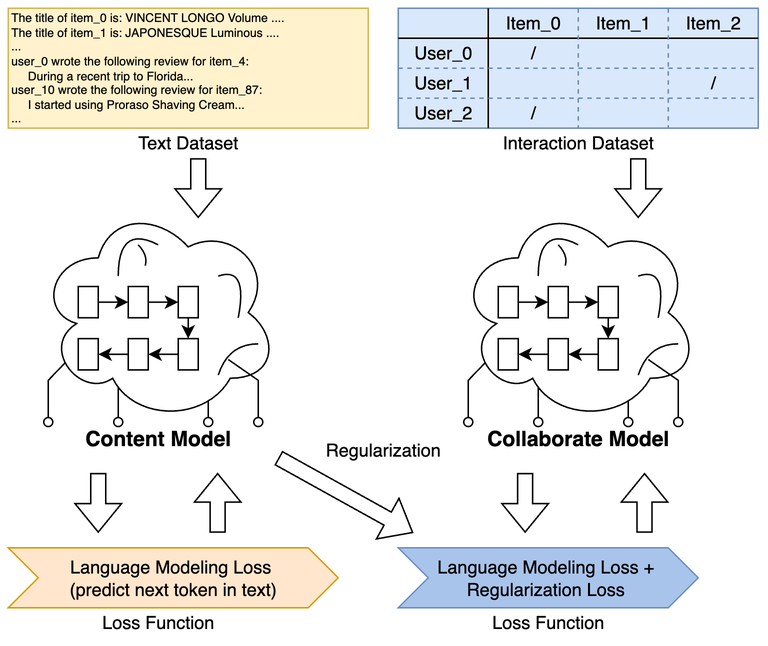
UnicornJin/BT4222LLM4Rec keeps this draw.io diagram as notebook_materials/diagrams/pretrain.png. Above is the earlier version. Source tidied: cells renumbered, new cells last; positions are measured from the earlier drawing's top-left corner, leaving out a move shared by most shapes. The source it was exported from:
```xml
<mxGraphModel>
  <root>
    <mxCell id="0" />
    <mxCell id="1" parent="0" />
    <mxCell id="2" style="group;" parent="1" vertex="1">
      <mxGeometry x="20" y="130" width="160" height="160" as="geometry" />
    </mxCell>
    <mxCell id="3" style="endArrow=none;html=1;rounded=0;endFill=0;startArrow=oval;startFill=0;" parent="2" edge="1">
      <mxGeometry relative="1" as="geometry">
        <mxPoint x="53.3" y="146.1" as="sourcePoint" />
        <mxPoint x="66.7" y="104.3" as="targetPoint" />
        <Array as="points">
          <mxPoint x="53.3" y="118.3" />
        </Array>
      </mxGeometry>
    </mxCell>
    <mxCell id="4" style="endArrow=none;html=1;rounded=0;endFill=0;startArrow=oval;startFill=0;" parent="2" edge="1">
      <mxGeometry relative="1" as="geometry">
        <mxPoint x="6.7" y="146.1" as="sourcePoint" />
        <mxPoint x="20" y="104.3" as="targetPoint" />
        <Array as="points">
          <mxPoint x="6.7" y="118.3" />
        </Array>
      </mxGeometry>
    </mxCell>
    <mxCell id="5" style="endArrow=none;html=1;rounded=0;endFill=0;startArrow=oval;startFill=0;" parent="2" edge="1">
      <mxGeometry relative="1" as="geometry">
        <mxPoint x="113.3" y="146.1" as="sourcePoint" />
        <mxPoint x="93.3" y="104.3" as="targetPoint" />
        <Array as="points">
          <mxPoint x="113.3" y="118.3" />
        </Array>
      </mxGeometry>
    </mxCell>
    <mxCell id="6" style="ellipse;shape=cloud;whiteSpace=wrap;html=1;" parent="2" vertex="1">
      <mxGeometry width="160" height="146.1" as="geometry" />
    </mxCell>
    <mxCell id="7" style="rounded=0;whiteSpace=wrap;html=1;" parent="2" vertex="1">
      <mxGeometry x="26.7" y="55.7" width="13.3" height="20.9" as="geometry" />
    </mxCell>
    <mxCell id="8" style="rounded=0;whiteSpace=wrap;html=1;" parent="2" vertex="1">
      <mxGeometry x="60" y="55.7" width="13.3" height="20.9" as="geometry" />
    </mxCell>
    <mxCell id="9" style="rounded=0;whiteSpace=wrap;html=1;" parent="2" vertex="1">
      <mxGeometry x="93.3" y="55.7" width="13.3" height="20.9" as="geometry" />
    </mxCell>
    <mxCell id="10" style="rounded=0;whiteSpace=wrap;html=1;" parent="2" vertex="1">
      <mxGeometry x="93.3" y="90.4" width="13.3" height="20.9" as="geometry" />
    </mxCell>
    <mxCell id="11" style="rounded=0;whiteSpace=wrap;html=1;" parent="2" vertex="1">
      <mxGeometry x="60" y="90.4" width="13.3" height="20.9" as="geometry" />
    </mxCell>
    <mxCell id="12" style="rounded=0;whiteSpace=wrap;html=1;" parent="2" vertex="1">
      <mxGeometry x="26.7" y="90.4" width="13.3" height="20.9" as="geometry" />
    </mxCell>
    <mxCell id="13" style="endArrow=classic;html=1;rounded=0;exitX=1;exitY=0.5;exitDx=0;exitDy=0;entryX=0;entryY=0.5;entryDx=0;entryDy=0;" parent="2" edge="1" source="7" target="8">
      <mxGeometry relative="1" as="geometry" />
    </mxCell>
    <mxCell id="14" style="endArrow=classic;html=1;rounded=0;exitX=1;exitY=0.5;exitDx=0;exitDy=0;entryX=0;entryY=0.5;entryDx=0;entryDy=0;" parent="2" edge="1" source="8" target="9">
      <mxGeometry relative="1" as="geometry" />
    </mxCell>
    <mxCell id="15" style="endArrow=classic;html=1;rounded=0;exitX=0.5;exitY=1;exitDx=0;exitDy=0;entryX=0.5;entryY=0;entryDx=0;entryDy=0;" parent="2" edge="1" source="9" target="10">
      <mxGeometry relative="1" as="geometry" />
    </mxCell>
    <mxCell id="16" style="endArrow=classic;html=1;rounded=0;exitX=0;exitY=0.5;exitDx=0;exitDy=0;entryX=1;entryY=0.5;entryDx=0;entryDy=0;" parent="2" edge="1" source="10" target="11">
      <mxGeometry relative="1" as="geometry" />
    </mxCell>
    <mxCell id="17" style="endArrow=classic;html=1;rounded=0;exitX=0;exitY=0.5;exitDx=0;exitDy=0;entryX=1;entryY=0.5;entryDx=0;entryDy=0;" parent="2" edge="1" source="11" target="12">
      <mxGeometry relative="1" as="geometry" />
    </mxCell>
    <mxCell id="18" style="curved=1;endArrow=none;html=1;rounded=0;endFill=0;" parent="2" edge="1">
      <mxGeometry relative="1" as="geometry">
        <mxPoint x="53.3" y="48.7" as="sourcePoint" />
        <mxPoint x="80" y="27.8" as="targetPoint" />
        <Array as="points">
          <mxPoint x="53.3" y="13.9" />
        </Array>
      </mxGeometry>
    </mxCell>
    <mxCell id="19" style="curved=1;endArrow=none;html=1;rounded=0;endFill=0;" parent="2" edge="1">
      <mxGeometry relative="1" as="geometry">
        <mxPoint x="120" y="48.7" as="sourcePoint" />
        <mxPoint x="133.3" y="76.5" as="targetPoint" />
        <Array as="points">
          <mxPoint x="140" y="41.7" />
        </Array>
      </mxGeometry>
    </mxCell>
    <mxCell id="20" style="curved=1;endArrow=none;html=1;rounded=0;endFill=0;" parent="2" edge="1">
      <mxGeometry relative="1" as="geometry">
        <mxPoint x="71.3" y="41.7" as="sourcePoint" />
        <mxPoint x="66.7" y="27.8" as="targetPoint" />
        <Array as="points">
          <mxPoint x="73.3" y="34.8" />
        </Array>
      </mxGeometry>
    </mxCell>
    <mxCell id="21" style="curved=1;endArrow=none;html=1;rounded=0;endFill=0;" parent="2" edge="1">
      <mxGeometry relative="1" as="geometry">
        <mxPoint x="120" y="114.8" as="sourcePoint" />
        <mxPoint x="146.7" y="93.9" as="targetPoint" />
        <Array as="points">
          <mxPoint x="126.7" y="93.9" />
        </Array>
      </mxGeometry>
    </mxCell>
    <mxCell id="22" style="endArrow=none;html=1;rounded=0;endFill=0;startArrow=oval;startFill=0;" parent="2" edge="1">
      <mxGeometry relative="1" as="geometry">
        <mxPoint x="146.7" y="146.1" as="sourcePoint" />
        <mxPoint x="126.7" y="104.3" as="targetPoint" />
        <Array as="points">
          <mxPoint x="146.7" y="118.3" />
        </Array>
      </mxGeometry>
    </mxCell>
    <mxCell id="23" value="Content Model" style="text;html=1;align=center;verticalAlign=middle;whiteSpace=wrap;rounded=0;fontStyle=1;fontSize=14;" parent="2" vertex="1">
      <mxGeometry y="146.1" width="160" height="20.9" as="geometry" />
    </mxCell>
    <mxCell id="24" style="shape=flexArrow;endArrow=classic;html=1;rounded=0;" parent="2" edge="1">
      <mxGeometry relative="1" as="geometry">
        <mxPoint x="106.7" y="-30" as="sourcePoint" />
        <mxPoint x="106.7" y="10" as="targetPoint" />
      </mxGeometry>
    </mxCell>
    <mxCell id="25" style="group;" parent="1" vertex="1">
      <mxGeometry x="300" y="130" width="190" height="160" as="geometry" />
    </mxCell>
    <mxCell id="26" style="endArrow=none;html=1;rounded=0;endFill=0;startArrow=oval;startFill=0;" parent="25" edge="1">
      <mxGeometry relative="1" as="geometry">
        <mxPoint x="53.3" y="146.1" as="sourcePoint" />
        <mxPoint x="66.7" y="104.3" as="targetPoint" />
        <Array as="points">
          <mxPoint x="53.3" y="118.3" />
        </Array>
      </mxGeometry>
    </mxCell>
    <mxCell id="27" style="endArrow=none;html=1;rounded=0;endFill=0;startArrow=oval;startFill=0;" parent="25" edge="1">
      <mxGeometry relative="1" as="geometry">
        <mxPoint x="6.7" y="146.1" as="sourcePoint" />
        <mxPoint x="20" y="104.3" as="targetPoint" />
        <Array as="points">
          <mxPoint x="6.7" y="118.3" />
        </Array>
      </mxGeometry>
    </mxCell>
    <mxCell id="28" style="endArrow=none;html=1;rounded=0;endFill=0;startArrow=oval;startFill=0;" parent="25" edge="1">
      <mxGeometry relative="1" as="geometry">
        <mxPoint x="113.3" y="146.1" as="sourcePoint" />
        <mxPoint x="93.3" y="104.3" as="targetPoint" />
        <Array as="points">
          <mxPoint x="113.3" y="118.3" />
        </Array>
      </mxGeometry>
    </mxCell>
    <mxCell id="29" style="ellipse;shape=cloud;whiteSpace=wrap;html=1;" parent="25" vertex="1">
      <mxGeometry width="160" height="146.1" as="geometry" />
    </mxCell>
    <mxCell id="30" style="rounded=0;whiteSpace=wrap;html=1;" parent="25" vertex="1">
      <mxGeometry x="26.7" y="55.7" width="13.3" height="20.9" as="geometry" />
    </mxCell>
    <mxCell id="31" style="rounded=0;whiteSpace=wrap;html=1;" parent="25" vertex="1">
      <mxGeometry x="60" y="55.7" width="13.3" height="20.9" as="geometry" />
    </mxCell>
    <mxCell id="32" style="rounded=0;whiteSpace=wrap;html=1;" parent="25" vertex="1">
      <mxGeometry x="93.3" y="55.7" width="13.3" height="20.9" as="geometry" />
    </mxCell>
    <mxCell id="33" style="rounded=0;whiteSpace=wrap;html=1;" parent="25" vertex="1">
      <mxGeometry x="93.3" y="90.4" width="13.3" height="20.9" as="geometry" />
    </mxCell>
    <mxCell id="34" style="rounded=0;whiteSpace=wrap;html=1;" parent="25" vertex="1">
      <mxGeometry x="60" y="90.4" width="13.3" height="20.9" as="geometry" />
    </mxCell>
    <mxCell id="35" style="rounded=0;whiteSpace=wrap;html=1;" parent="25" vertex="1">
      <mxGeometry x="26.7" y="90.4" width="13.3" height="20.9" as="geometry" />
    </mxCell>
    <mxCell id="36" style="endArrow=classic;html=1;rounded=0;exitX=1;exitY=0.5;exitDx=0;exitDy=0;entryX=0;entryY=0.5;entryDx=0;entryDy=0;" parent="25" edge="1" source="30" target="31">
      <mxGeometry relative="1" as="geometry" />
    </mxCell>
    <mxCell id="37" style="endArrow=classic;html=1;rounded=0;exitX=1;exitY=0.5;exitDx=0;exitDy=0;entryX=0;entryY=0.5;entryDx=0;entryDy=0;" parent="25" edge="1" source="31" target="32">
      <mxGeometry relative="1" as="geometry" />
    </mxCell>
    <mxCell id="38" style="endArrow=classic;html=1;rounded=0;exitX=0.5;exitY=1;exitDx=0;exitDy=0;entryX=0.5;entryY=0;entryDx=0;entryDy=0;" parent="25" edge="1" source="32" target="33">
      <mxGeometry relative="1" as="geometry" />
    </mxCell>
    <mxCell id="39" style="endArrow=classic;html=1;rounded=0;exitX=0;exitY=0.5;exitDx=0;exitDy=0;entryX=1;entryY=0.5;entryDx=0;entryDy=0;" parent="25" edge="1" source="33" target="34">
      <mxGeometry relative="1" as="geometry" />
    </mxCell>
    <mxCell id="40" style="endArrow=classic;html=1;rounded=0;exitX=0;exitY=0.5;exitDx=0;exitDy=0;entryX=1;entryY=0.5;entryDx=0;entryDy=0;" parent="25" edge="1" source="34" target="35">
      <mxGeometry relative="1" as="geometry" />
    </mxCell>
    <mxCell id="41" style="curved=1;endArrow=none;html=1;rounded=0;endFill=0;" parent="25" edge="1">
      <mxGeometry relative="1" as="geometry">
        <mxPoint x="53.3" y="48.7" as="sourcePoint" />
        <mxPoint x="80" y="27.8" as="targetPoint" />
        <Array as="points">
          <mxPoint x="53.3" y="13.9" />
        </Array>
      </mxGeometry>
    </mxCell>
    <mxCell id="42" style="curved=1;endArrow=none;html=1;rounded=0;endFill=0;" parent="25" edge="1">
      <mxGeometry relative="1" as="geometry">
        <mxPoint x="120" y="48.7" as="sourcePoint" />
        <mxPoint x="133.3" y="76.5" as="targetPoint" />
        <Array as="points">
          <mxPoint x="140" y="41.7" />
        </Array>
      </mxGeometry>
    </mxCell>
    <mxCell id="43" style="curved=1;endArrow=none;html=1;rounded=0;endFill=0;" parent="25" edge="1">
      <mxGeometry relative="1" as="geometry">
        <mxPoint x="71.3" y="41.7" as="sourcePoint" />
        <mxPoint x="66.7" y="27.8" as="targetPoint" />
        <Array as="points">
          <mxPoint x="73.3" y="34.8" />
        </Array>
      </mxGeometry>
    </mxCell>
    <mxCell id="44" style="curved=1;endArrow=none;html=1;rounded=0;endFill=0;" parent="25" edge="1">
      <mxGeometry relative="1" as="geometry">
        <mxPoint x="120" y="114.8" as="sourcePoint" />
        <mxPoint x="146.7" y="93.9" as="targetPoint" />
        <Array as="points">
          <mxPoint x="126.7" y="93.9" />
        </Array>
      </mxGeometry>
    </mxCell>
    <mxCell id="45" style="endArrow=none;html=1;rounded=0;endFill=0;startArrow=oval;startFill=0;" parent="25" edge="1">
      <mxGeometry relative="1" as="geometry">
        <mxPoint x="146.7" y="146.1" as="sourcePoint" />
        <mxPoint x="126.7" y="104.3" as="targetPoint" />
        <Array as="points">
          <mxPoint x="146.7" y="118.3" />
        </Array>
      </mxGeometry>
    </mxCell>
    <mxCell id="46" value="Collaborate Model" style="text;html=1;align=center;verticalAlign=middle;whiteSpace=wrap;rounded=0;fontStyle=1;fontSize=14;" parent="25" vertex="1">
      <mxGeometry y="146.1" width="160" height="20.9" as="geometry" />
    </mxCell>
    <mxCell id="47" style="shape=flexArrow;endArrow=classic;html=1;rounded=0;" parent="25" edge="1">
      <mxGeometry relative="1" as="geometry">
        <mxPoint x="120" y="-30" as="sourcePoint" />
        <mxPoint x="120" y="10" as="targetPoint" />
      </mxGeometry>
    </mxCell>
    <mxCell id="48" value="&lt;div&gt;&lt;span style=&quot;background-color: transparent;&quot;&gt;&lt;font&gt;&lt;div&gt;The title of item_0 is: VINCENT LONGO Volume ....&lt;/div&gt;&lt;div&gt;The title of item_1 is: JAPONESQUE Luminous ....&lt;/div&gt;&lt;div&gt;...&lt;/div&gt;&lt;/font&gt;&lt;/span&gt;&lt;/div&gt;&lt;div&gt;&lt;span style=&quot;background-color: transparent;&quot;&gt;&lt;div&gt;&lt;font&gt;user_0 wrote the following review for item_4:&amp;nbsp;&lt;/font&gt;&lt;/div&gt;&lt;div&gt;&lt;font&gt;&amp;nbsp; &amp;nbsp; &amp;nbsp;During a recent trip to Florida...&lt;/font&gt;&lt;/div&gt;&lt;div&gt;&lt;div&gt;&lt;font&gt;user_10 wrote the following review for item_87:&amp;nbsp;&lt;/font&gt;&lt;/div&gt;&lt;div&gt;&lt;font&gt;&amp;nbsp; &amp;nbsp; &amp;nbsp;I started using Proraso Shaving Cream...&lt;/font&gt;&lt;/div&gt;&lt;div&gt;&lt;font&gt;...&lt;/font&gt;&lt;/div&gt;&lt;/div&gt;&lt;/span&gt;&lt;/div&gt;" style="rounded=0;whiteSpace=wrap;html=1;align=left;fontSize=8;fillColor=#fff2cc;strokeColor=#d6b656;" parent="1" vertex="1">
      <mxGeometry width="240" height="80" as="geometry" />
    </mxCell>
    <mxCell id="49" value="Text Dataset" style="text;html=1;align=center;verticalAlign=middle;whiteSpace=wrap;rounded=0;" parent="1" vertex="1">
      <mxGeometry y="80" width="240" height="20" as="geometry" />
    </mxCell>
    <mxCell id="50" value="&lt;span style=&quot;background-color: transparent;&quot;&gt;&lt;font&gt;&lt;br&gt;&lt;/font&gt;&lt;/span&gt;" style="rounded=0;whiteSpace=wrap;html=1;align=left;fontSize=8;fillColor=#dae8fc;strokeColor=#6c8ebf;" parent="1" vertex="1">
      <mxGeometry x="260" width="240" height="80" as="geometry" />
    </mxCell>
    <mxCell id="51" style="endArrow=none;html=1;rounded=0;entryX=1;entryY=0.25;entryDx=0;entryDy=0;exitX=0;exitY=0.25;exitDx=0;exitDy=0;" parent="1" edge="1" source="50" target="50">
      <mxGeometry relative="1" as="geometry" />
    </mxCell>
    <mxCell id="52" style="endArrow=none;html=1;rounded=0;entryX=0.25;entryY=0;entryDx=0;entryDy=0;exitX=0.25;exitY=1;exitDx=0;exitDy=0;" parent="1" edge="1" source="50" target="50">
      <mxGeometry relative="1" as="geometry" />
    </mxCell>
    <mxCell id="53" style="endArrow=none;html=1;rounded=0;entryX=1;entryY=0.5;entryDx=0;entryDy=0;exitX=0;exitY=0.5;exitDx=0;exitDy=0;fillColor=#dae8fc;strokeColor=#6c8ebf;dashed=1;" parent="1" edge="1" source="50" target="50">
      <mxGeometry relative="1" as="geometry" />
    </mxCell>
    <mxCell id="54" style="endArrow=none;html=1;rounded=0;entryX=1;entryY=0.75;entryDx=0;entryDy=0;exitX=0;exitY=0.75;exitDx=0;exitDy=0;fillColor=#dae8fc;strokeColor=#6c8ebf;dashed=1;" parent="1" edge="1" source="50" target="50">
      <mxGeometry relative="1" as="geometry" />
    </mxCell>
    <mxCell id="55" style="endArrow=none;html=1;rounded=0;entryX=0.75;entryY=1;entryDx=0;entryDy=0;exitX=0.75;exitY=0;exitDx=0;exitDy=0;fillColor=#dae8fc;strokeColor=#6c8ebf;dashed=1;" parent="1" edge="1" source="50" target="50">
      <mxGeometry relative="1" as="geometry" />
    </mxCell>
    <mxCell id="56" style="endArrow=none;html=1;rounded=0;entryX=0.5;entryY=1;entryDx=0;entryDy=0;exitX=0.5;exitY=0;exitDx=0;exitDy=0;fillColor=#dae8fc;strokeColor=#6c8ebf;dashed=1;" parent="1" edge="1" source="50" target="50">
      <mxGeometry relative="1" as="geometry" />
    </mxCell>
    <mxCell id="57" value="Item_1" style="text;html=1;align=center;verticalAlign=middle;whiteSpace=wrap;rounded=0;" parent="1" vertex="1">
      <mxGeometry x="380" width="60" height="20" as="geometry" />
    </mxCell>
    <mxCell id="58" value="Interaction Dataset" style="text;html=1;align=center;verticalAlign=middle;whiteSpace=wrap;rounded=0;" parent="1" vertex="1">
      <mxGeometry x="260" y="80" width="240" height="20" as="geometry" />
    </mxCell>
    <mxCell id="59" value="Item_2" style="text;html=1;align=center;verticalAlign=middle;whiteSpace=wrap;rounded=0;" parent="1" vertex="1">
      <mxGeometry x="440" width="60" height="20" as="geometry" />
    </mxCell>
    <mxCell id="60" value="Item_0" style="text;html=1;align=center;verticalAlign=middle;whiteSpace=wrap;rounded=0;" parent="1" vertex="1">
      <mxGeometry x="320" width="60" height="20" as="geometry" />
    </mxCell>
    <mxCell id="61" value="User_1" style="text;html=1;align=center;verticalAlign=middle;whiteSpace=wrap;rounded=0;" parent="1" vertex="1">
      <mxGeometry x="260" y="40" width="60" height="20" as="geometry" />
    </mxCell>
    <mxCell id="62" value="User_0" style="text;html=1;align=center;verticalAlign=middle;whiteSpace=wrap;rounded=0;" parent="1" vertex="1">
      <mxGeometry x="260" y="20" width="60" height="20" as="geometry" />
    </mxCell>
    <mxCell id="63" value="User_2" style="text;html=1;align=center;verticalAlign=middle;whiteSpace=wrap;rounded=0;" parent="1" vertex="1">
      <mxGeometry x="260" y="60" width="60" height="20" as="geometry" />
    </mxCell>
    <mxCell id="64" value="/" style="text;html=1;align=center;verticalAlign=middle;whiteSpace=wrap;rounded=0;" parent="1" vertex="1">
      <mxGeometry x="320" y="20" width="60" height="20" as="geometry" />
    </mxCell>
    <mxCell id="65" value="/" style="text;html=1;align=center;verticalAlign=middle;whiteSpace=wrap;rounded=0;" parent="1" vertex="1">
      <mxGeometry x="320" y="60" width="60" height="20" as="geometry" />
    </mxCell>
    <mxCell id="66" value="/" style="text;html=1;align=center;verticalAlign=middle;whiteSpace=wrap;rounded=0;" parent="1" vertex="1">
      <mxGeometry x="440" y="40" width="60" height="20" as="geometry" />
    </mxCell>
    <mxCell id="67" value="Language Modeling Loss +&amp;nbsp;&lt;div&gt;Regularization Loss&amp;nbsp;&lt;/div&gt;" style="shape=step;perimeter=stepPerimeter;whiteSpace=wrap;html=1;fixedSize=1;fillColor=#A9C4EB;strokeColor=#6c8ebf;" parent="1" vertex="1">
      <mxGeometry x="260" y="360" width="200" height="40" as="geometry" />
    </mxCell>
    <mxCell id="68" value="Loss Function" style="text;html=1;align=center;verticalAlign=middle;whiteSpace=wrap;rounded=0;" parent="1" vertex="1">
      <mxGeometry y="400" width="200" height="20" as="geometry" />
    </mxCell>
    <mxCell id="69" value="Loss Function" style="text;html=1;align=center;verticalAlign=middle;whiteSpace=wrap;rounded=0;" parent="1" vertex="1">
      <mxGeometry x="260" y="400" width="200" height="20" as="geometry" />
    </mxCell>
    <mxCell id="70" style="shape=flexArrow;endArrow=classic;html=1;rounded=0;" parent="1" edge="1">
      <mxGeometry relative="1" as="geometry">
        <mxPoint x="60" y="310" as="sourcePoint" />
        <mxPoint x="60" y="350" as="targetPoint" />
      </mxGeometry>
    </mxCell>
    <mxCell id="71" style="shape=flexArrow;endArrow=classic;html=1;rounded=0;" parent="1" edge="1">
      <mxGeometry relative="1" as="geometry">
        <mxPoint x="139.6" y="350" as="sourcePoint" />
        <mxPoint x="139.6" y="310" as="targetPoint" />
      </mxGeometry>
    </mxCell>
    <mxCell id="72" style="shape=flexArrow;endArrow=classic;html=1;rounded=0;" parent="1" edge="1">
      <mxGeometry relative="1" as="geometry">
        <mxPoint x="344.6" y="310" as="sourcePoint" />
        <mxPoint x="344.6" y="350" as="targetPoint" />
      </mxGeometry>
    </mxCell>
    <mxCell id="73" style="shape=flexArrow;endArrow=classic;html=1;rounded=0;" parent="1" edge="1">
      <mxGeometry relative="1" as="geometry">
        <mxPoint x="424.2" y="350" as="sourcePoint" />
        <mxPoint x="424.2" y="310" as="targetPoint" />
      </mxGeometry>
    </mxCell>
    <mxCell id="74" value="Language Modeling Loss&amp;nbsp;&lt;div&gt;(predict next token in text)&lt;/div&gt;" style="shape=step;perimeter=stepPerimeter;whiteSpace=wrap;html=1;fixedSize=1;fillColor=#ffe6cc;strokeColor=#d79b00;" parent="1" vertex="1">
      <mxGeometry y="360" width="220" height="40" as="geometry" />
    </mxCell>
    <mxCell id="75" style="shape=flexArrow;endArrow=classic;html=1;rounded=0;" parent="1" edge="1">
      <mxGeometry relative="1" as="geometry">
        <mxPoint x="180" y="300" as="sourcePoint" />
        <mxPoint x="270" y="350" as="targetPoint" />
      </mxGeometry>
    </mxCell>
    <mxCell id="76" value="Regularization" style="text;html=1;align=center;verticalAlign=middle;whiteSpace=wrap;rounded=0;" parent="1" vertex="1">
      <mxGeometry x="220" y="280" width="60" height="30" as="geometry" />
    </mxCell>
  </root>
</mxGraphModel>
```
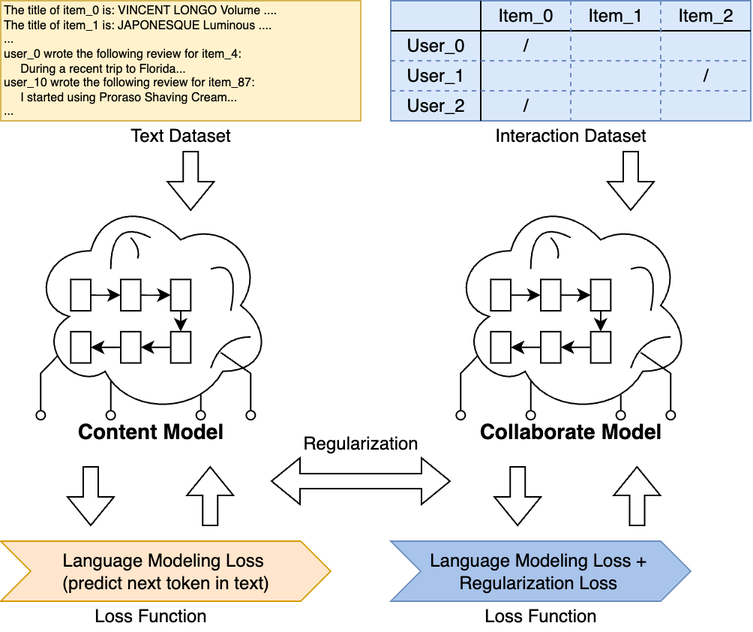
After the commit.

Commit message:
Explain on C-steps

Diff of the diagram source:
```diff
@@ -335,14 +335,14 @@
     <mxCell id="74" value="Language Modeling Loss&amp;nbsp;&lt;div&gt;(predict next token in text)&lt;/div&gt;" style="shape=step;perimeter=stepPerimeter;whiteSpace=wrap;html=1;fixedSize=1;fillColor=#ffe6cc;strokeColor=#d79b00;" parent="1" vertex="1">
       <mxGeometry y="360" width="220" height="40" as="geometry" />
     </mxCell>
-    <mxCell id="75" style="shape=flexArrow;endArrow=classic;html=1;rounded=0;" parent="1" edge="1">
+    <mxCell id="75" style="shape=flexArrow;endArrow=classic;html=1;rounded=0;startArrow=block;" parent="1" edge="1">
       <mxGeometry relative="1" as="geometry">
-        <mxPoint x="180" y="300" as="sourcePoint" />
-        <mxPoint x="270" y="350" as="targetPoint" />
+        <mxPoint x="180" y="320" as="sourcePoint" />
+        <mxPoint x="300" y="320" as="targetPoint" />
       </mxGeometry>
     </mxCell>
     <mxCell id="76" value="Regularization" style="text;html=1;align=center;verticalAlign=middle;whiteSpace=wrap;rounded=0;" parent="1" vertex="1">
-      <mxGeometry x="220" y="280" width="60" height="30" as="geometry" />
+      <mxGeometry x="210" y="280" width="60" height="30" as="geometry" />
     </mxCell>
   </root>
 </mxGraphModel>
```
